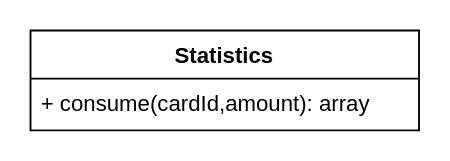
This is time.geekbang/统计组件类图.drawio from chenlongqiang/draw.io, a draw.io file, before an edit. Source tidied: cells renumbered, new cells numbered last; positions are measured from the earlier drawing's top-left corner, leaving out a move shared by most shapes. Both pictures are drawn from the tidied source at 185%, with x=0, y=0 at pixel (30, 30).
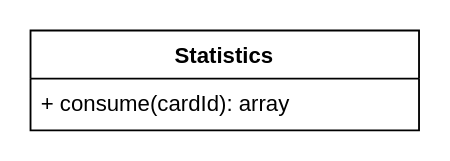
After the change.

Commit message:
更新统计组件类图.drawio

Diff of the diagram source:
```diff
@@
 <mxGraphModel background="#ffffff">
   <root>
     <mxCell id="0" />
     <mxCell id="1" parent="0" />
     <mxCell id="2" value="Statistics" style="swimlane;fontStyle=1;align=center;verticalAlign=top;horizontal=1;startSize=26;" parent="1" vertex="1">
       <mxGeometry width="210" height="54" as="geometry" />
     </mxCell>
-    <mxCell id="3" value="+ consume(cardId,amount): array" style="text;strokeColor=none;fillColor=none;align=left;verticalAlign=top;spacingLeft=4;spacingRight=4;overflow=hidden;" parent="2" vertex="1">
+    <mxCell id="3" value="+ consume(cardId): array" style="text;strokeColor=none;fillColor=none;align=left;verticalAlign=top;spacingLeft=4;spacingRight=4;overflow=hidden;" parent="2" vertex="1">
       <mxGeometry y="26" width="210" height="28" as="geometry" />
     </mxCell>
   </root>
 </mxGraphModel>
```
